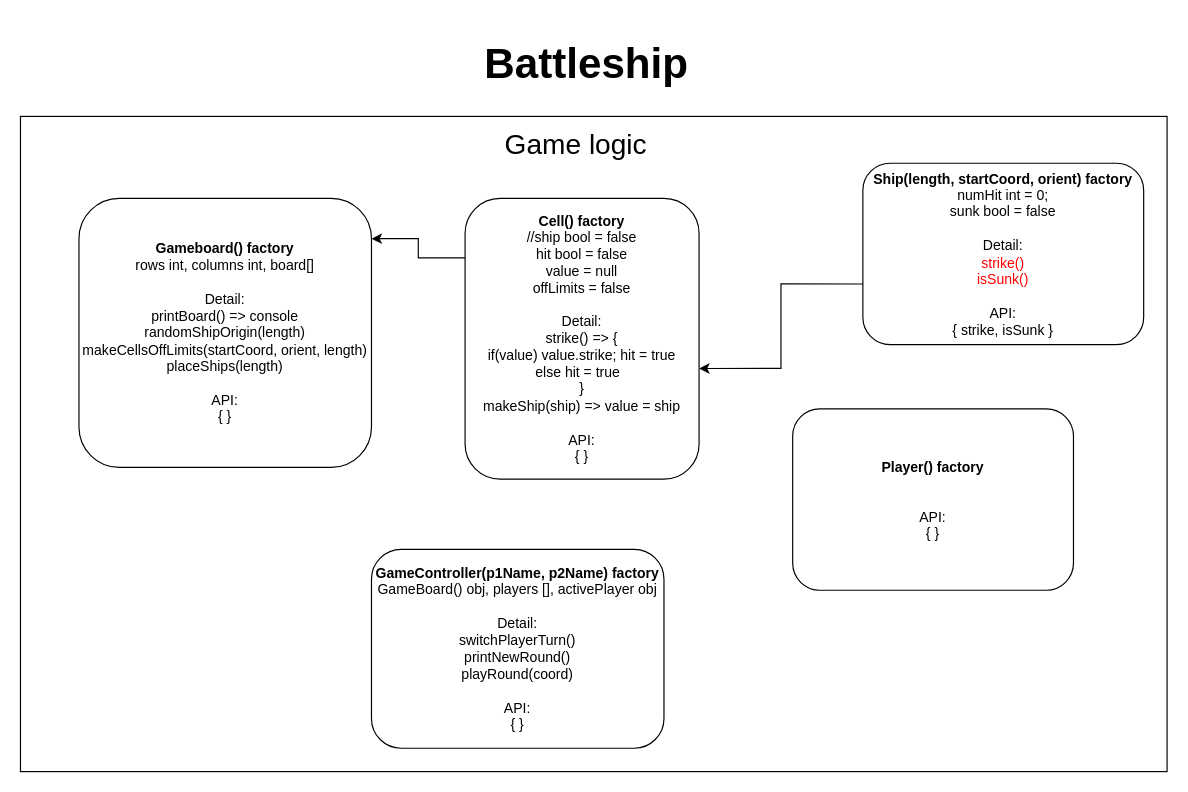
Above: battleship.drawio in jdineley/Project-Battleship (draw.io), before the change. Source tidied: cells renumbered, new cells numbered last; positions are measured from the earlier drawing's top-left corner, leaving out a move shared by most shapes. Both pictures are drawn from the tidied source at 117%, with x=0, y=0 at pixel (20, 46).
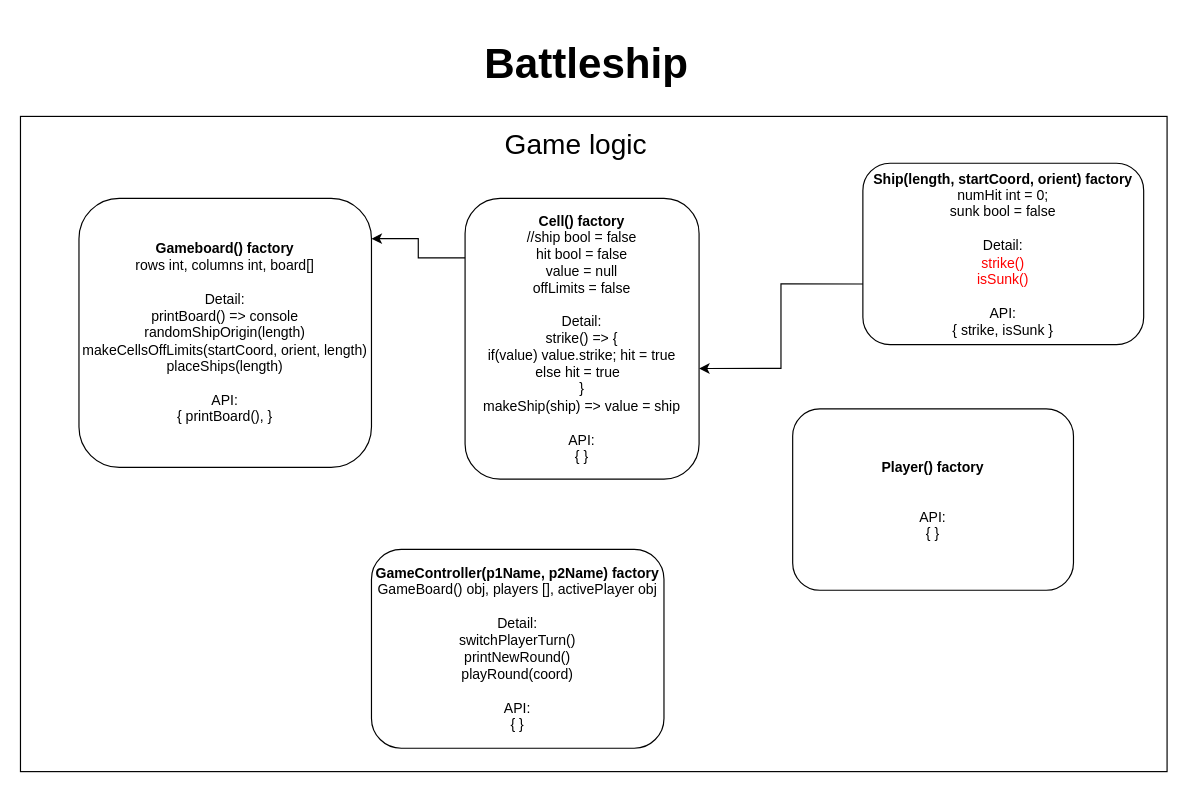
The same page after the edit.

What changed in the source:
```diff
@@
 <mxGraphModel>
   <root>
     <mxCell id="0" />
     <mxCell id="1" parent="0" />
     <mxCell id="2" style="group;" parent="1" vertex="1">
       <mxGeometry y="60" width="980" height="560" as="geometry" />
     </mxCell>
     <mxCell id="3" style="rounded=0;whiteSpace=wrap;html=1;fontSize=10;" parent="2" vertex="1">
       <mxGeometry width="980" height="560" as="geometry" />
     </mxCell>
     <mxCell id="4" value="&lt;font style=&quot;font-size: 24px;&quot;&gt;Game logic&lt;/font&gt;" style="text;html=1;strokeColor=none;fillColor=none;align=center;verticalAlign=middle;whiteSpace=wrap;rounded=0;fontSize=10;" parent="2" vertex="1">
       <mxGeometry x="397" y="10" width="156" height="30" as="geometry" />
     </mxCell>
     <mxCell id="5" style="edgeStyle=orthogonalEdgeStyle;rounded=0;jettySize=auto;html=1;entryX=1;entryY=0.606;entryDx=0;entryDy=0;entryPerimeter=0;exitX=0.003;exitY=0.666;exitDx=0;exitDy=0;exitPerimeter=0;" parent="2" edge="1" source="6" target="8">
       <mxGeometry relative="1" as="geometry" />
     </mxCell>
     <mxCell id="6" value="&lt;b&gt;Ship(length, startCoord, orient) factory&lt;/b&gt;&lt;br&gt;numHit int = 0;&lt;br&gt;sunk bool = false&lt;br&gt;&lt;br&gt;Detail:&lt;br&gt;&lt;font color=&quot;#ff0000&quot;&gt;strike()&lt;br&gt;isSunk()&lt;/font&gt;&lt;br&gt;&lt;br&gt;API:&lt;br&gt;{ strike, isSunk }" style="rounded=1;whiteSpace=wrap;html=1;fontSize=12;" parent="2" vertex="1">
       <mxGeometry x="720" y="40" width="240" height="155" as="geometry" />
     </mxCell>
     <mxCell id="7" style="edgeStyle=orthogonalEdgeStyle;rounded=0;jettySize=auto;html=1;entryX=1;entryY=0.15;entryDx=0;entryDy=0;entryPerimeter=0;exitX=0.004;exitY=0.212;exitDx=0;exitDy=0;exitPerimeter=0;" parent="2" edge="1" source="8" target="11">
       <mxGeometry relative="1" as="geometry" />
     </mxCell>
     <mxCell id="8" value="&lt;b&gt;Cell() factory&lt;/b&gt;&lt;br&gt;//ship bool = false&lt;br&gt;hit bool = false&lt;br&gt;value = null&lt;br&gt;offLimits = false&lt;br&gt;&lt;br&gt;Detail:&lt;br&gt;strike() =&amp;gt; {&lt;br&gt;if(value) value.strike; hit = true&lt;br&gt;else hit = true&amp;nbsp;&amp;nbsp;&lt;br&gt;}&lt;br&gt;makeShip(ship) =&amp;gt; value = ship&lt;br&gt;&lt;br&gt;API:&lt;br&gt;{ }" style="rounded=1;whiteSpace=wrap;html=1;fontSize=12;" parent="2" vertex="1">
       <mxGeometry x="380" y="70" width="200" height="240" as="geometry" />
     </mxCell>
     <mxCell id="9" value="&lt;b&gt;Player() factory&lt;/b&gt;&lt;br&gt;&lt;br&gt;&lt;br&gt;API:&lt;br&gt;{ }" style="rounded=1;whiteSpace=wrap;html=1;fontSize=12;" parent="2" vertex="1">
       <mxGeometry x="660" y="250" width="240" height="155" as="geometry" />
     </mxCell>
     <mxCell id="10" value="&lt;b&gt;GameController(p1Name, p2Name) factory&lt;br&gt;&lt;/b&gt;GameBoard() obj, players [], activePlayer obj&lt;br&gt;&lt;br&gt;Detail:&lt;br&gt;switchPlayerTurn()&lt;br&gt;printNewRound()&lt;br&gt;playRound(coord)&lt;br&gt;&lt;br&gt;API:&lt;br&gt;{ }" style="rounded=1;whiteSpace=wrap;html=1;fontSize=12;" parent="2" vertex="1">
       <mxGeometry x="300" y="370" width="250" height="170" as="geometry" />
     </mxCell>
-    <mxCell id="11" value="&lt;b&gt;Gameboard() factory&lt;/b&gt;&lt;br&gt;rows int, columns int, board[]&lt;br&gt;&lt;br&gt;Detail:&lt;br&gt;printBoard() =&amp;gt; console&lt;br&gt;randomShipOrigin(length)&lt;br&gt;makeCellsOffLimits(startCoord, orient, length)&lt;br&gt;placeShips(length)&lt;br&gt;&lt;br&gt;API:&lt;br&gt;{ }" style="rounded=1;whiteSpace=wrap;html=1;fontSize=12;" parent="2" vertex="1">
+    <mxCell id="11" value="&lt;b&gt;Gameboard() factory&lt;/b&gt;&lt;br&gt;rows int, columns int, board[]&lt;br&gt;&lt;br&gt;Detail:&lt;br&gt;printBoard() =&amp;gt; console&lt;br&gt;randomShipOrigin(length)&lt;br&gt;makeCellsOffLimits(startCoord, orient, length)&lt;br&gt;placeShips(length)&lt;br&gt;&lt;br&gt;API:&lt;br&gt;{ printBoard(), }" style="rounded=1;whiteSpace=wrap;html=1;fontSize=12;" parent="2" vertex="1">
       <mxGeometry x="50" y="70" width="250" height="230" as="geometry" />
     </mxCell>
     <mxCell id="12" value="&lt;h1&gt;&lt;font style=&quot;font-size: 36px;&quot;&gt;Battleship&lt;/font&gt;&lt;/h1&gt;" style="text;strokeColor=none;align=center;fillColor=none;html=1;verticalAlign=middle;whiteSpace=wrap;rounded=0;" parent="1" vertex="1">
       <mxGeometry x="454" width="60" height="30" as="geometry" />
     </mxCell>
   </root>
 </mxGraphModel>
```
